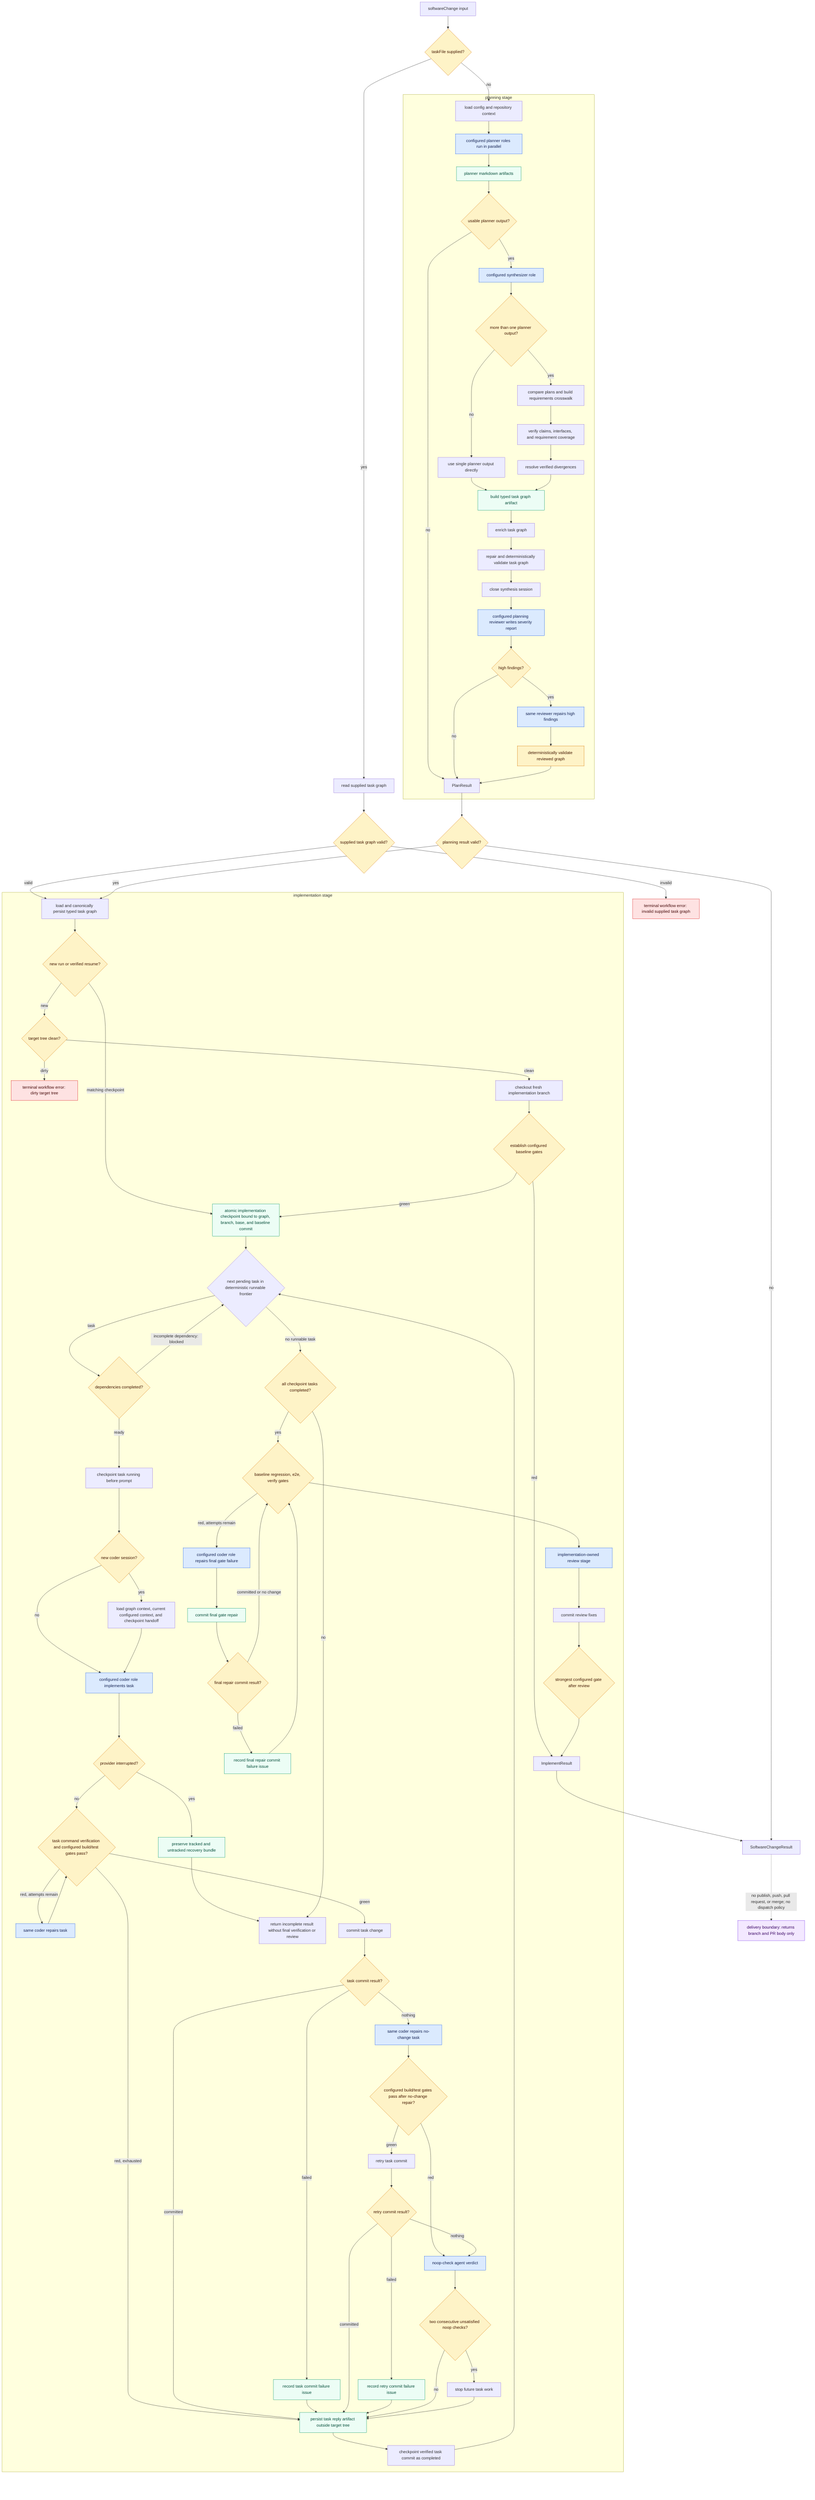
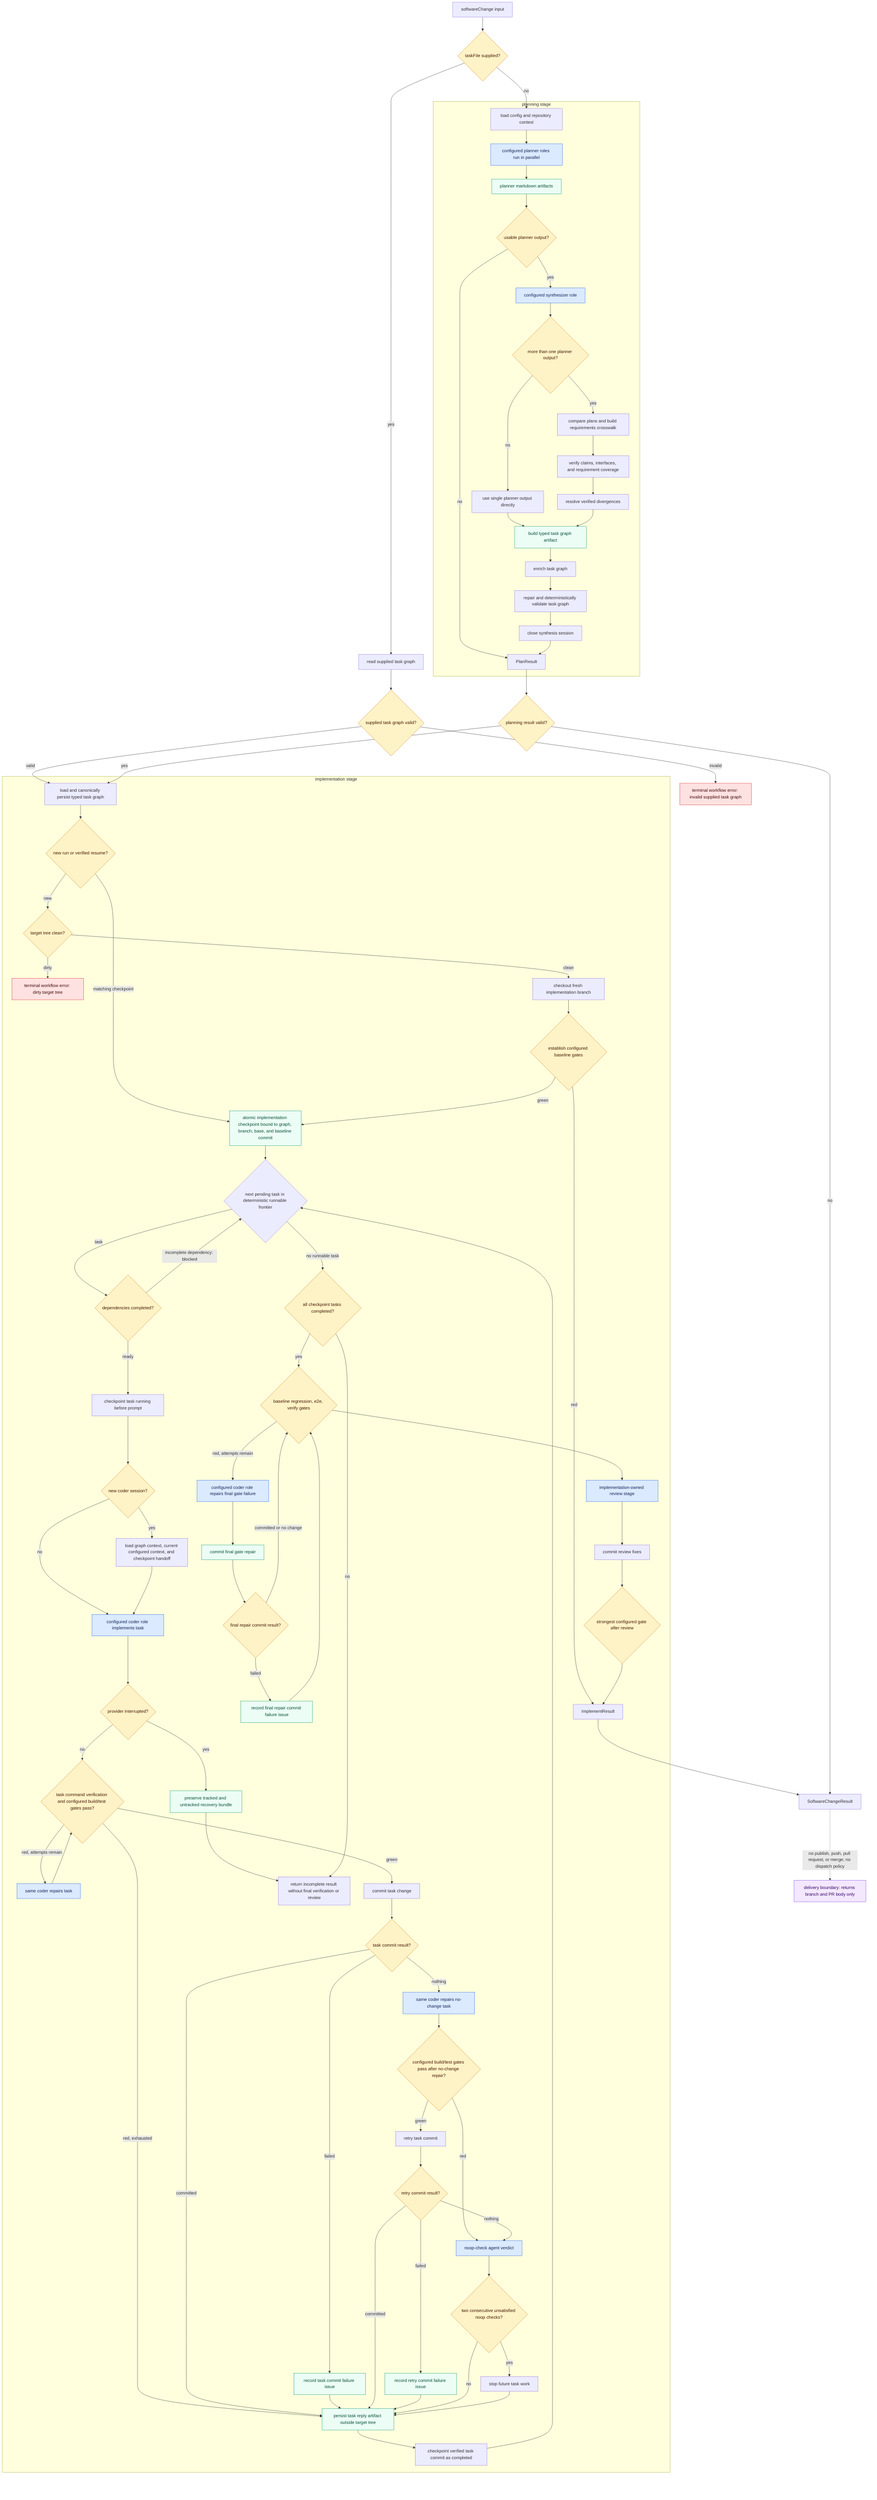
flowchart TD
  Input["softwareChange input"]
  TaskFile{"taskFile supplied?"}
  ExistingGraph["read supplied task graph"]
  SuppliedGraphValid{"supplied task graph valid?"}
  SuppliedGraphFailure["terminal workflow error: invalid supplied task graph"]
  Result["SoftwareChangeResult"]
  Delivery["delivery boundary: returns branch and PR body only"]

  Input --> TaskFile
  TaskFile -->|yes| ExistingGraph
  TaskFile -->|no| PlanConfig
  ExistingGraph --> SuppliedGraphValid
  SuppliedGraphValid -->|valid| LoadGraph
  SuppliedGraphValid -->|invalid| SuppliedGraphFailure

  subgraph Planning["planning stage"]
    PlanConfig["load config and repository context"]
    Planners["configured planner roles run in parallel"]
    PlannerArtifacts["planner markdown artifacts"]
    AnyPlan{"usable planner output?"}
    Synthesizer["configured synthesizer role"]
    MultiplePlans{"more than one planner output?"}
    SinglePlan["use single planner output directly"]
    Compare["compare plans and build requirements crosswalk"]
    VerifyClaims["verify claims, interfaces, and requirement coverage"]
    Resolve["resolve verified divergences"]
    BuildGraph["build typed task graph artifact"]
    Enrich["enrich task graph"]
    RepairGraph["repair and deterministically validate task graph"]
    CloseSynthesis["close synthesis session"]
-     PlanningReview["configured planning reviewer writes severity report"]
-     HighFindings{"high findings?"}
-     ReviewRepair["same reviewer repairs high findings"]
-     ValidateReviewRepair["deterministically validate reviewed graph"]
    PlanResult["PlanResult"]

    PlanConfig --> Planners
    Planners --> PlannerArtifacts
    PlannerArtifacts --> AnyPlan
    AnyPlan -->|no| PlanResult
    AnyPlan -->|yes| Synthesizer
    Synthesizer --> MultiplePlans
    MultiplePlans -->|no| SinglePlan
    MultiplePlans -->|yes| Compare
    SinglePlan --> BuildGraph
    Compare --> VerifyClaims
    VerifyClaims --> Resolve
    Resolve --> BuildGraph
    BuildGraph --> Enrich
    Enrich --> RepairGraph
    RepairGraph --> CloseSynthesis
-     CloseSynthesis --> PlanningReview
-     PlanningReview --> HighFindings
-     HighFindings -->|no| PlanResult
-     HighFindings -->|yes| ReviewRepair
-     ReviewRepair --> ValidateReviewRepair
-     ValidateReviewRepair --> PlanResult
+     CloseSynthesis --> PlanResult
  end

  PlanResult --> PlanValid{"planning result valid?"}
  PlanValid -->|no| Result
  PlanValid -->|yes| LoadGraph

  subgraph Implementation["implementation stage"]
    LoadGraph["load and canonically persist typed task graph"]
    ImplementationCheckpoint["atomic implementation checkpoint bound to graph, branch, base, and baseline commit"]
    ResumeGate{"new run or verified resume?"}
    CleanGate{"target tree clean?"}
    CleanFailure["terminal workflow error: dirty target tree"]
    Branch["checkout fresh implementation branch"]
    BaselineGate{"establish configured baseline gates"}
    TaskLoop{"next pending task in deterministic runnable frontier"}
    DependencyGate{"dependencies completed?"}
    Running["checkpoint task running before prompt"]
    NewCoder{"new coder session?"}
    SessionContext["load graph context, current configured context, and checkpoint handoff"]
    ProviderInterruption{"provider interrupted?"}
    RecoveryBundle["preserve tracked and untracked recovery bundle"]
    Coder["configured coder role implements task"]
    TaskGate{"task command verification and configured build/test gates pass?"}
    TaskRepair["same coder repairs task"]
    CommitTask["commit task change"]
    CommitResult{"task commit result?"}
    TaskCommitIssue["record task commit failure issue"]
    NoChangeRepair["same coder repairs no-change task"]
    NoChangeGate{"configured build/test gates pass after no-change repair?"}
    RetryCommit["retry task commit"]
    RetryCommitResult{"retry commit result?"}
    RetryCommitIssue["record retry commit failure issue"]
    NoopVerdict["noop-check agent verdict"]
    ConsecutiveNoop{"two consecutive unsatisfied noop checks?"}
    StopWork["stop future task work"]
    ReplyArtifact["persist task reply artifact outside target tree"]
    Completed["checkpoint verified task commit as completed"]
    AllCompleted{"all checkpoint tasks completed?"}
    IncompleteResult["return incomplete result without final verification or review"]
    FinalGates{"baseline regression, e2e, verify gates"}
    FinalRepair["configured coder role repairs final gate failure"]
    ReviewStage["implementation-owned review stage"]
    ReviewCommit["commit review fixes"]
    StrongestGate{"strongest configured gate after review"}
    FinalRepairCommit["commit final gate repair"]
    FinalRepairCommitResult{"final repair commit result?"}
    FinalRepairCommitIssue["record final repair commit failure issue"]
    ImplementResult["ImplementResult"]

    LoadGraph --> ResumeGate
    ResumeGate -->|new| CleanGate
    ResumeGate -->|matching checkpoint| ImplementationCheckpoint
    CleanGate -->|clean| Branch
    CleanGate -->|dirty| CleanFailure
    Branch --> BaselineGate
    BaselineGate -->|red| ImplementResult
    BaselineGate -->|green| ImplementationCheckpoint
    ImplementationCheckpoint --> TaskLoop
    TaskLoop -->|task| DependencyGate
    DependencyGate -->|incomplete dependency: blocked| TaskLoop
    DependencyGate -->|ready| Running
    Running --> NewCoder
    NewCoder -->|yes| SessionContext
    NewCoder -->|no| Coder
    SessionContext --> Coder
    Coder --> ProviderInterruption
    ProviderInterruption -->|yes| RecoveryBundle
    RecoveryBundle --> IncompleteResult
    ProviderInterruption -->|no| TaskGate
    TaskGate -->|red, attempts remain| TaskRepair
    TaskRepair --> TaskGate
    TaskGate -->|red, exhausted| ReplyArtifact
    TaskGate -->|green| CommitTask
    CommitTask --> CommitResult
    CommitResult -->|committed| ReplyArtifact
    CommitResult -->|failed| TaskCommitIssue
    TaskCommitIssue --> ReplyArtifact
    CommitResult -->|nothing| NoChangeRepair
    NoChangeRepair --> NoChangeGate
    NoChangeGate -->|green| RetryCommit
    NoChangeGate -->|red| NoopVerdict
    RetryCommit --> RetryCommitResult
    RetryCommitResult -->|committed| ReplyArtifact
    RetryCommitResult -->|failed| RetryCommitIssue
    RetryCommitIssue --> ReplyArtifact
    RetryCommitResult -->|nothing| NoopVerdict
    NoopVerdict --> ConsecutiveNoop
    ConsecutiveNoop -->|no| ReplyArtifact
    ConsecutiveNoop -->|yes| StopWork
    StopWork --> ReplyArtifact
    ReplyArtifact --> Completed
    Completed --> TaskLoop
    TaskLoop -->|no runnable task| AllCompleted
    AllCompleted -->|no| IncompleteResult
    AllCompleted -->|yes| FinalGates
    FinalGates -->|red, attempts remain| FinalRepair
    FinalRepair --> FinalRepairCommit
    FinalRepairCommit --> FinalRepairCommitResult
    FinalRepairCommitResult -->|committed or no change| FinalGates
    FinalRepairCommitResult -->|failed| FinalRepairCommitIssue
    FinalRepairCommitIssue --> FinalGates
    FinalGates --> ReviewStage
    ReviewStage --> ReviewCommit
    ReviewCommit --> StrongestGate
    StrongestGate --> ImplementResult
  end

  ImplementResult --> Result
  Result -. "no publish, push, pull request, or merge; no dispatch policy" .-> Delivery

  classDef agent fill:#dbeafe,stroke:#2563eb,color:#172554;
  classDef gate fill:#fef3c7,stroke:#d97706,color:#451a03;
  classDef artifact fill:#ecfdf5,stroke:#059669,color:#064e3b;
  classDef boundary fill:#f3e8ff,stroke:#7c3aed,color:#3b0764;
  classDef failure fill:#fee2e2,stroke:#dc2626,color:#450a0a;
-   class Planners,Synthesizer,PlanningReview,ReviewRepair,Coder,TaskRepair,NoChangeRepair,NoopVerdict,FinalRepair,ReviewStage agent;
-   class TaskFile,SuppliedGraphValid,AnyPlan,MultiplePlans,HighFindings,ValidateReviewRepair,PlanValid,ResumeGate,CleanGate,BaselineGate,DependencyGate,NewCoder,ProviderInterruption,TaskGate,CommitResult,NoChangeGate,RetryCommitResult,ConsecutiveNoop,AllCompleted,FinalGates,FinalRepairCommitResult,StrongestGate gate;
+   class Planners,Synthesizer,Coder,TaskRepair,NoChangeRepair,NoopVerdict,FinalRepair,ReviewStage agent;
+   class TaskFile,SuppliedGraphValid,AnyPlan,MultiplePlans,PlanValid,ResumeGate,CleanGate,BaselineGate,DependencyGate,NewCoder,ProviderInterruption,TaskGate,CommitResult,NoChangeGate,RetryCommitResult,ConsecutiveNoop,AllCompleted,FinalGates,FinalRepairCommitResult,StrongestGate gate;
  class PlannerArtifacts,BuildGraph,ImplementationCheckpoint,RecoveryBundle,ReplyArtifact,TaskCommitIssue,RetryCommitIssue,FinalRepairCommit,FinalRepairCommitIssue artifact;
  class Delivery boundary;
  class SuppliedGraphFailure,CleanFailure failure;
